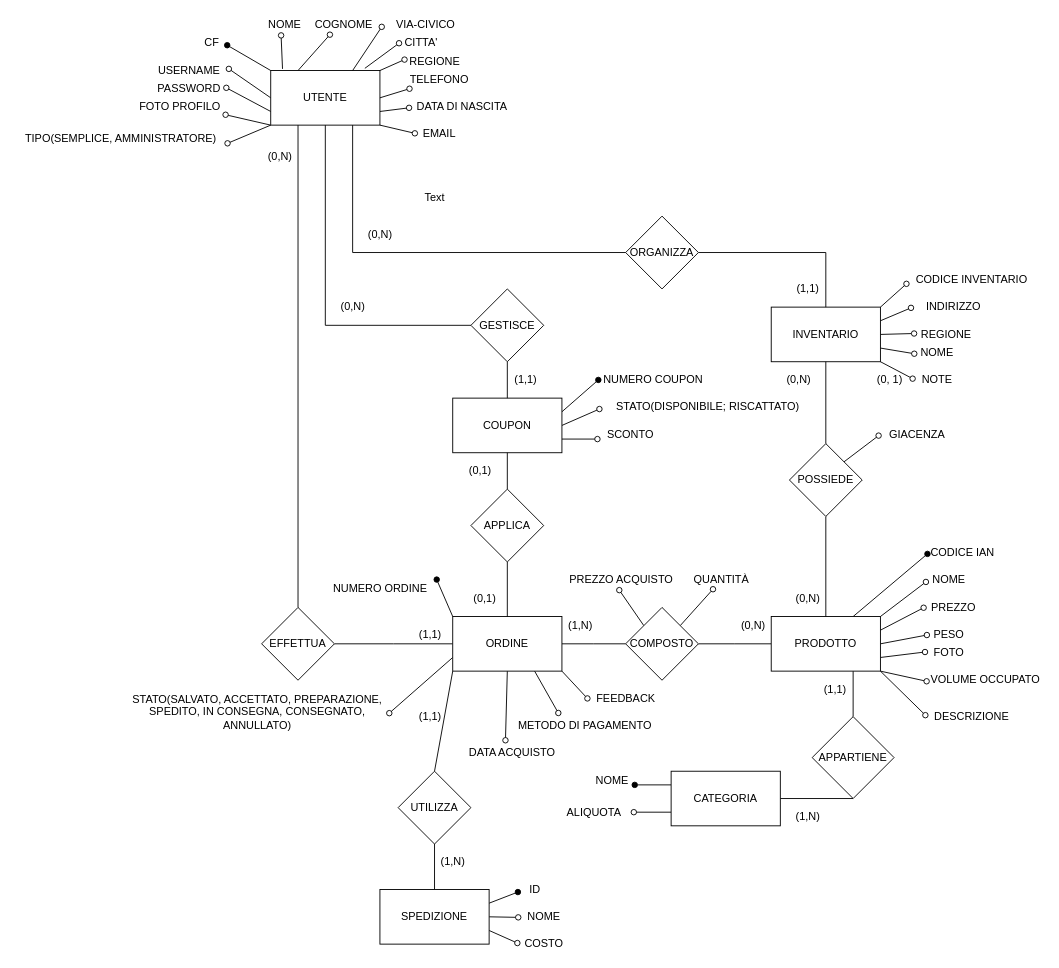
Above: documentazione/ProgettoTSW.drawio in AngeloMeo/UniMart (draw.io), before the change. Source tidied: cells renumbered, new cells numbered last; positions are measured from the earlier drawing's top-left corner, leaving out a move shared by most shapes. Both pictures are drawn from the tidied source at 91%, with x=0, y=0 at pixel (15, 15).
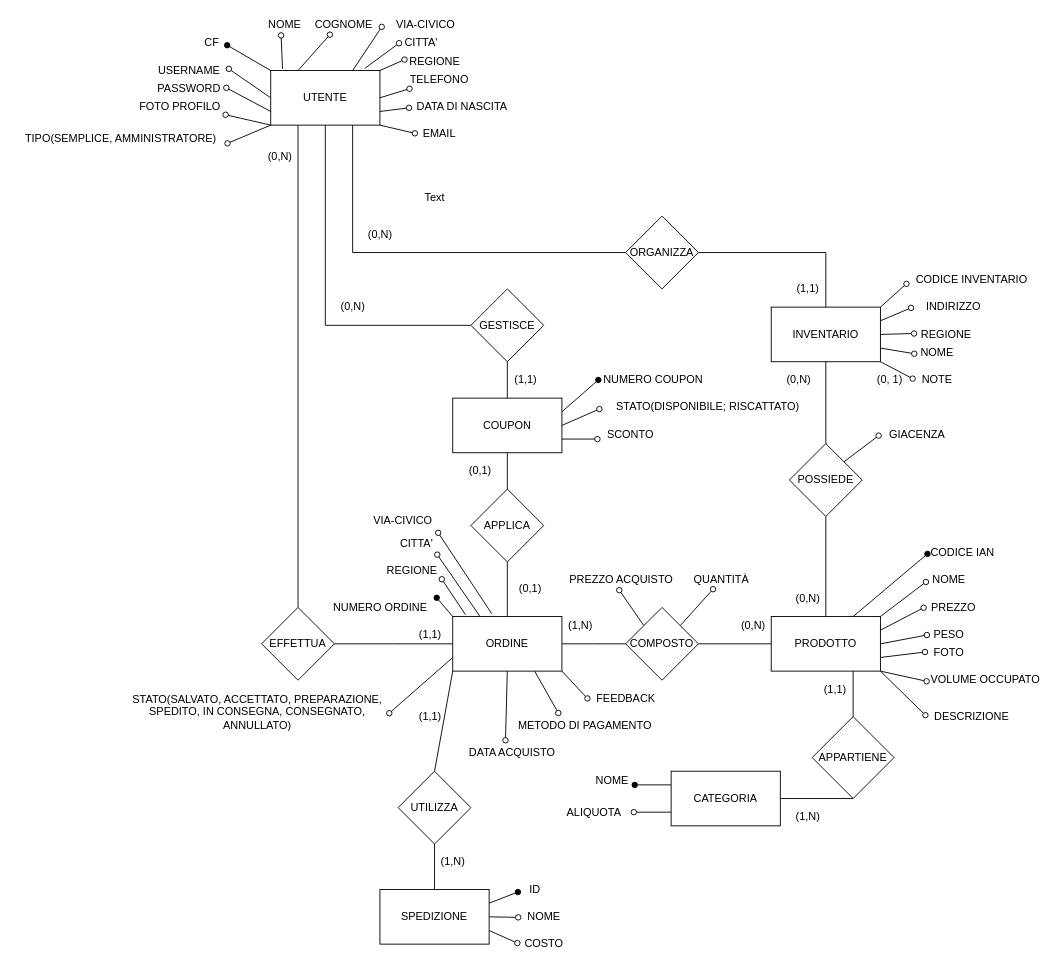
The same diagram, later.

Unchanged cells that the change refers to:
```xml
<mxCell id="23" value="ORDINE" style="rounded=0;whiteSpace=wrap;html=1;" parent="1" vertex="1">
  <mxGeometry x="480" y="660" width="120" height="60" as="geometry" />
</mxCell>
```

The edit, as a diff of the source:
```diff
@@
     <mxCell id="56" value="NUMERO ORDINE" style="text;html=1;align=center;verticalAlign=middle;points=[];" parent="1" vertex="1">
-      <mxGeometry x="340" y="620" width="120" height="20" as="geometry" />
+      <mxGeometry x="340" y="640" width="120" height="20" as="geometry" />
     </mxCell>
@@
     <mxCell id="96" value="(0,1)" style="text;html=1;align=center;verticalAlign=middle;" parent="1" vertex="1">
-      <mxGeometry x="495" y="630" width="40" height="20" as="geometry" />
+      <mxGeometry x="545" y="620" width="40" height="20" as="geometry" />
     </mxCell>
@@
+    <mxCell id="133" value="REGIONE" style="text;html=1;align=center;verticalAlign=middle;points=[];" parent="1" vertex="1">
+      <mxGeometry x="400" y="600" width="70" height="20" as="geometry" />
+    </mxCell>
+    <mxCell id="134" value="CITTA'" style="text;html=1;align=center;verticalAlign=middle;points=[];" parent="1" vertex="1">
+      <mxGeometry x="415" y="570" width="50" height="20" as="geometry" />
+    </mxCell>
+    <mxCell id="135" value="VIA-CIVICO" style="text;html=1;align=center;verticalAlign=middle;points=[];" parent="1" vertex="1">
+      <mxGeometry x="385" y="545" width="80" height="20" as="geometry" />
+    </mxCell>
+    <mxCell id="136" style="edgeStyle=none;rounded=0;jettySize=auto;html=1;exitX=0.25;exitY=0;exitDx=0;exitDy=0;entryX=0.96;entryY=1.1;entryDx=0;entryDy=0;entryPerimeter=0;endArrow=oval;endFill=0;" parent="1" edge="1" source="23" target="134">
+      <mxGeometry relative="1" as="geometry" />
+    </mxCell>
+    <mxCell id="137" style="edgeStyle=none;rounded=0;jettySize=auto;html=1;exitX=0.117;exitY=-0.033;exitDx=0;exitDy=0;entryX=0.971;entryY=0.95;entryDx=0;entryDy=0;entryPerimeter=0;endArrow=oval;endFill=0;exitPerimeter=0;" parent="1" edge="1" source="23" target="133">
+      <mxGeometry relative="1" as="geometry" />
+    </mxCell>
+    <mxCell id="138" style="rounded=0;jettySize=auto;html=1;exitX=0.358;exitY=-0.05;exitDx=0;exitDy=0;entryX=0.988;entryY=1.15;entryDx=0;entryDy=0;entryPerimeter=0;endArrow=oval;endFill=0;exitPerimeter=0;" parent="1" edge="1" source="23" target="135">
+      <mxGeometry relative="1" as="geometry" />
+    </mxCell>
```
